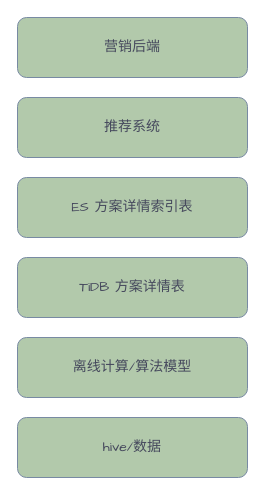
The draw.io diagram solution_rec.drawio in silan-liu/drawio, before the edit. Source tidied: cells renumbered, new cells numbered last; positions are measured from the earlier drawing's top-left corner, leaving out a move shared by most shapes. Both pictures are drawn from the tidied source at 100%, with x=0, y=0 at pixel (17, 17).
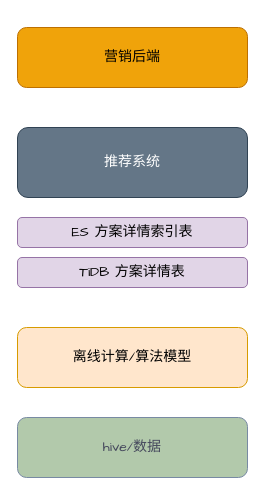
After the change.

The edit, as a diff of the source:
```diff
@@
 <mxGraphModel>
   <root>
     <mxCell id="0" />
     <mxCell id="1" parent="0" />
     <mxCell id="2" value="hive/数据" style="rounded=1;whiteSpace=wrap;html=1;strokeColor=#788AA3;fontColor=#46495D;fillColor=#B2C9AB;fontSize=14;fontFamily=Comic Sans MS;" parent="1" vertex="1">
       <mxGeometry y="400" width="230" height="60" as="geometry" />
     </mxCell>
-    <mxCell id="3" value="离线计算/算法模型" style="rounded=1;whiteSpace=wrap;html=1;strokeColor=#788AA3;fontColor=#46495D;fillColor=#B2C9AB;fontSize=14;fontFamily=Comic Sans MS;" parent="1" vertex="1">
-      <mxGeometry y="320" width="230" height="60" as="geometry" />
+    <mxCell id="3" value="离线计算/算法模型" style="rounded=1;whiteSpace=wrap;html=1;strokeColor=#d79b00;fillColor=#ffe6cc;fontSize=14;fontFamily=Comic Sans MS;" parent="1" vertex="1">
+      <mxGeometry y="310" width="230" height="60" as="geometry" />
     </mxCell>
-    <mxCell id="4" value="TiDB 方案详情表" style="rounded=1;whiteSpace=wrap;html=1;strokeColor=#788AA3;fontColor=#46495D;fillColor=#B2C9AB;fontSize=14;fontFamily=Comic Sans MS;" parent="1" vertex="1">
-      <mxGeometry y="240" width="230" height="60" as="geometry" />
+    <mxCell id="4" value="TiDB 方案详情表" style="rounded=1;whiteSpace=wrap;html=1;strokeColor=#9673a6;fillColor=#e1d5e7;fontSize=14;fontFamily=Comic Sans MS;" parent="1" vertex="1">
+      <mxGeometry y="240" width="230" height="30" as="geometry" />
     </mxCell>
-    <mxCell id="5" value="ES 方案详情索引表" style="rounded=1;whiteSpace=wrap;html=1;strokeColor=#788AA3;fontColor=#46495D;fillColor=#B2C9AB;fontSize=14;fontFamily=Comic Sans MS;" parent="1" vertex="1">
-      <mxGeometry y="160" width="230" height="60" as="geometry" />
+    <mxCell id="5" value="ES 方案详情索引表" style="rounded=1;whiteSpace=wrap;html=1;strokeColor=#9673a6;fillColor=#e1d5e7;fontSize=14;fontFamily=Comic Sans MS;" parent="1" vertex="1">
+      <mxGeometry y="200" width="230" height="30" as="geometry" />
     </mxCell>
-    <mxCell id="6" value="推荐系统" style="rounded=1;whiteSpace=wrap;html=1;strokeColor=#788AA3;fontColor=#46495D;fillColor=#B2C9AB;fontSize=14;fontFamily=Comic Sans MS;" parent="1" vertex="1">
-      <mxGeometry y="80" width="230" height="60" as="geometry" />
+    <mxCell id="6" value="推荐系统" style="rounded=1;whiteSpace=wrap;html=1;strokeColor=#314354;fontColor=#ffffff;fillColor=#647687;fontSize=14;fontFamily=Comic Sans MS;" parent="1" vertex="1">
+      <mxGeometry y="110" width="230" height="70" as="geometry" />
     </mxCell>
-    <mxCell id="7" value="营销后端" style="rounded=1;whiteSpace=wrap;html=1;strokeColor=#788AA3;fontColor=#46495D;fillColor=#B2C9AB;fontSize=14;fontFamily=Comic Sans MS;" parent="1" vertex="1">
-      <mxGeometry width="230" height="60" as="geometry" />
+    <mxCell id="7" value="营销后端" style="rounded=1;whiteSpace=wrap;html=1;strokeColor=#BD7000;fillColor=#f0a30a;fontSize=14;fontFamily=Comic Sans MS;fontColor=#000000;" parent="1" vertex="1">
+      <mxGeometry y="10" width="230" height="60" as="geometry" />
     </mxCell>
   </root>
 </mxGraphModel>
```
